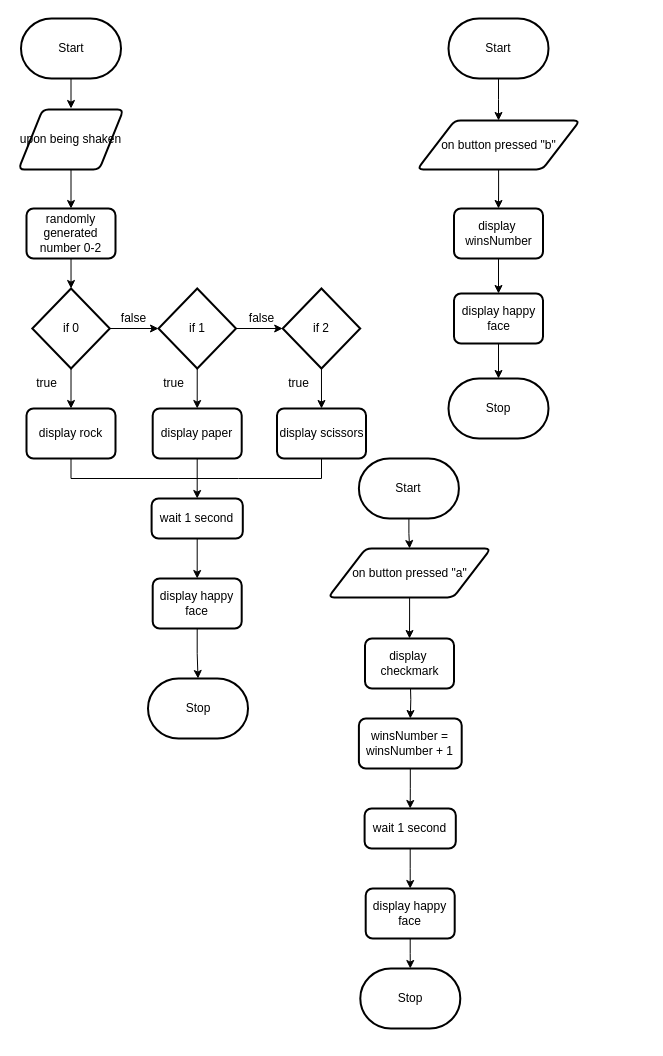
Before: design/flowchart.drawio in MTHS-TEJ2O-1-2024/TEJ2O-Unit-2-09B-lucas-nguyen0, a draw.io diagram. Source tidied: cells renumbered, new cells numbered last; positions are measured from the earlier drawing's top-left corner, leaving out a move shared by most shapes. Both pictures are drawn from the tidied source at 100%, with x=0, y=0 at pixel (18, 18).
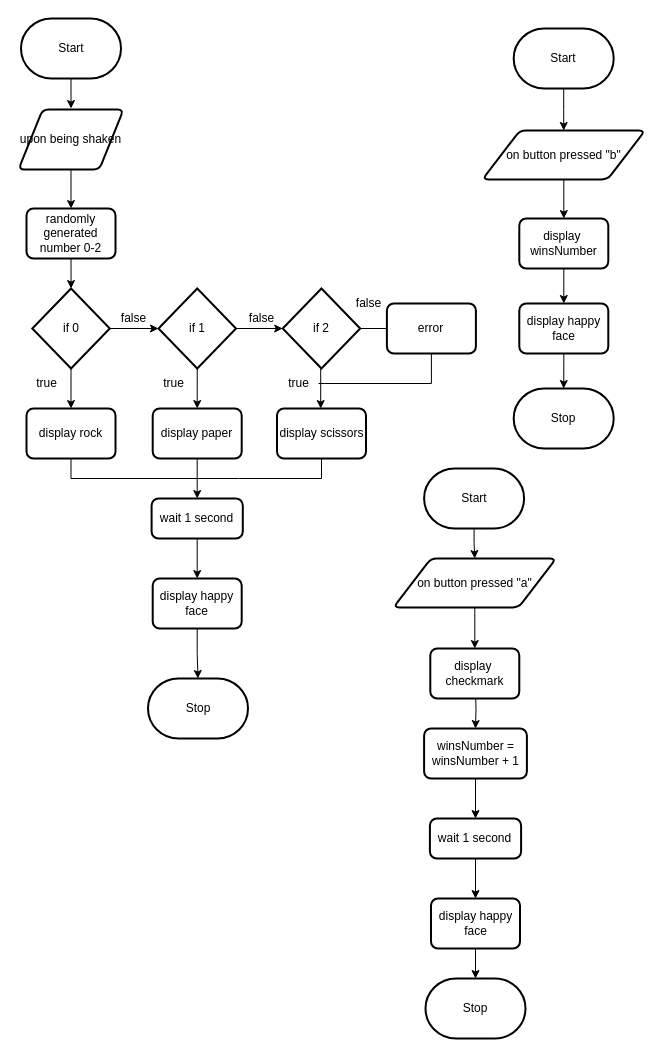
The same diagram, later.

The change refers to these unchanged cells:
```xml
<mxCell id="12" value="if 2" style="strokeWidth=2;html=1;shape=mxgraph.flowchart.decision;whiteSpace=wrap;" parent="1" vertex="1">
  <mxGeometry x="264.2" y="270" width="77.5" height="80" as="geometry" />
</mxCell>
<mxCell id="21" value="display scissors" style="rounded=1;whiteSpace=wrap;html=1;absoluteArcSize=1;arcSize=14;strokeWidth=2;" parent="1" vertex="1">
  <mxGeometry x="258.5" y="390" width="89" height="50" as="geometry" />
</mxCell>
```

The edit, as a diff of the source:
```diff
@@
-    <mxCell id="11" style="edgeStyle=none;html=1;" parent="1" edge="1" source="12" target="21">
-      <mxGeometry relative="1" as="geometry" />
+    <mxCell id="11" style="edgeStyle=none;html=1;" parent="1" edge="1">
+      <mxGeometry relative="1" as="geometry">
+        <mxPoint x="302.2" y="350" as="sourcePoint" />
+        <mxPoint x="302.2" y="390" as="targetPoint" />
+      </mxGeometry>
     </mxCell>
+    <mxCell id="54" style="edgeStyle=orthogonalEdgeStyle;rounded=0;html=1;entryX=0;entryY=0.5;entryDx=0;entryDy=0;endArrow=none;endFill=0;" parent="1" edge="1" source="12" target="56">
+      <mxGeometry relative="1" as="geometry" />
+    </mxCell>
@@
     <mxCell id="33" value="Start" style="strokeWidth=2;html=1;shape=mxgraph.flowchart.terminator;whiteSpace=wrap;" parent="1" vertex="1">
-      <mxGeometry x="430" width="100" height="60" as="geometry" />
+      <mxGeometry x="495.2" y="10" width="100" height="60" as="geometry" />
     </mxCell>
@@
     <mxCell id="35" value="on button pressed &quot;b&quot;" style="shape=parallelogram;html=1;strokeWidth=2;perimeter=parallelogramPerimeter;whiteSpace=wrap;rounded=1;arcSize=12;size=0.23;" parent="1" vertex="1">
-      <mxGeometry x="398.8" y="102" width="162.5" height="49" as="geometry" />
+      <mxGeometry x="464" y="112" width="162.5" height="49" as="geometry" />
     </mxCell>
@@
     <mxCell id="37" value="display&amp;nbsp; winsNumber" style="rounded=1;whiteSpace=wrap;html=1;absoluteArcSize=1;arcSize=14;strokeWidth=2;" parent="1" vertex="1">
-      <mxGeometry x="435.5" y="190" width="89" height="50" as="geometry" />
+      <mxGeometry x="500.8" y="200" width="89" height="50" as="geometry" />
     </mxCell>
@@
     <mxCell id="39" value="display happy face" style="rounded=1;whiteSpace=wrap;html=1;absoluteArcSize=1;arcSize=14;strokeWidth=2;" parent="1" vertex="1">
-      <mxGeometry x="435.5" y="275" width="89" height="50" as="geometry" />
+      <mxGeometry x="500.8" y="285" width="89" height="50" as="geometry" />
     </mxCell>
     <mxCell id="40" value="Stop" style="strokeWidth=2;html=1;shape=mxgraph.flowchart.terminator;whiteSpace=wrap;" parent="1" vertex="1">
-      <mxGeometry x="430" y="360" width="100" height="60" as="geometry" />
+      <mxGeometry x="495.2" y="370" width="100" height="60" as="geometry" />
     </mxCell>
@@
     <mxCell id="42" value="Start" style="strokeWidth=2;html=1;shape=mxgraph.flowchart.terminator;whiteSpace=wrap;" parent="1" vertex="1">
-      <mxGeometry x="340.4" y="440" width="100" height="60" as="geometry" />
+      <mxGeometry x="405.6" y="450" width="100" height="60" as="geometry" />
     </mxCell>
     <mxCell id="43" style="edgeStyle=orthogonalEdgeStyle;shape=connector;rounded=0;html=1;entryX=0.5;entryY=0;entryDx=0;entryDy=0;labelBackgroundColor=default;strokeColor=default;fontFamily=Helvetica;fontSize=11;fontColor=default;endArrow=classic;endFill=1;" parent="1" edge="1" target="45">
       <mxGeometry relative="1" as="geometry">
-        <mxPoint x="391.8" y="661" as="sourcePoint" />
+        <mxPoint x="457" y="671" as="sourcePoint" />
       </mxGeometry>
     </mxCell>
@@
     <mxCell id="45" value="winsNumber = winsNumber + 1" style="rounded=1;whiteSpace=wrap;html=1;absoluteArcSize=1;arcSize=14;strokeWidth=2;" parent="1" vertex="1">
-      <mxGeometry x="340.4" y="700" width="102.8" height="50" as="geometry" />
+      <mxGeometry x="405.6" y="710" width="102.8" height="50" as="geometry" />
     </mxCell>
@@
     <mxCell id="47" value="display happy face" style="rounded=1;whiteSpace=wrap;html=1;absoluteArcSize=1;arcSize=14;strokeWidth=2;" parent="1" vertex="1">
-      <mxGeometry x="347.2" y="870" width="89" height="50" as="geometry" />
+      <mxGeometry x="412.5" y="880" width="89" height="50" as="geometry" />
     </mxCell>
     <mxCell id="48" value="Stop" style="strokeWidth=2;html=1;shape=mxgraph.flowchart.terminator;whiteSpace=wrap;" parent="1" vertex="1">
-      <mxGeometry x="341.8" y="950" width="100" height="60" as="geometry" />
+      <mxGeometry x="407" y="960" width="100" height="60" as="geometry" />
     </mxCell>
     <mxCell id="49" value="display&amp;nbsp; checkmark" style="rounded=1;whiteSpace=wrap;html=1;absoluteArcSize=1;arcSize=14;strokeWidth=2;" parent="1" vertex="1">
-      <mxGeometry x="346.5" y="620" width="89" height="50" as="geometry" />
+      <mxGeometry x="411.8" y="630" width="89" height="50" as="geometry" />
     </mxCell>
@@
     <mxCell id="51" value="on button pressed &quot;a&quot;" style="shape=parallelogram;html=1;strokeWidth=2;perimeter=parallelogramPerimeter;whiteSpace=wrap;rounded=1;arcSize=12;size=0.23;" parent="1" vertex="1">
-      <mxGeometry x="309.8" y="530" width="162.5" height="49" as="geometry" />
+      <mxGeometry x="375" y="540" width="162.5" height="49" as="geometry" />
     </mxCell>
@@
     <mxCell id="53" value="wait 1 second" style="rounded=1;whiteSpace=wrap;html=1;absoluteArcSize=1;arcSize=14;strokeWidth=2;" parent="1" vertex="1">
-      <mxGeometry x="346.1" y="790" width="91.2" height="40" as="geometry" />
+      <mxGeometry x="411.4" y="800" width="91.2" height="40" as="geometry" />
     </mxCell>
+    <mxCell id="55" style="edgeStyle=orthogonalEdgeStyle;html=1;rounded=0;endArrow=none;endFill=0;" parent="1" edge="1" source="56">
+      <mxGeometry relative="1" as="geometry">
+        <mxPoint x="300" y="365" as="targetPoint" />
+        <Array as="points">
+          <mxPoint x="413" y="365" />
+        </Array>
+      </mxGeometry>
+    </mxCell>
+    <mxCell id="56" value="error" style="rounded=1;whiteSpace=wrap;html=1;absoluteArcSize=1;arcSize=14;strokeWidth=2;" parent="1" vertex="1">
+      <mxGeometry x="368.4" y="285" width="89" height="50" as="geometry" />
+    </mxCell>
+    <mxCell id="57" value="false" style="text;html=1;align=center;verticalAlign=middle;strokeColor=none;fillColor=none;" parent="1" vertex="1">
+      <mxGeometry x="325" y="270" width="50" height="30" as="geometry" />
+    </mxCell>
```
